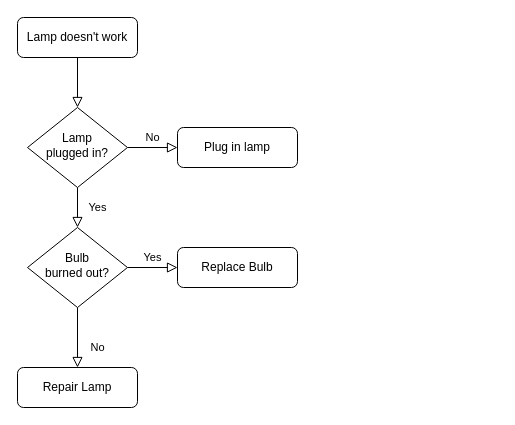
Earlier version of the draw.io diagram Untitled Diagram.drawio (himajapogula/code-busters). Source tidied: cells renumbered, new cells numbered last; positions are measured from the earlier drawing's top-left corner, leaving out a move shared by most shapes. Both pictures are drawn from the tidied source at 100%, with x=0, y=0 at pixel (17, 17).
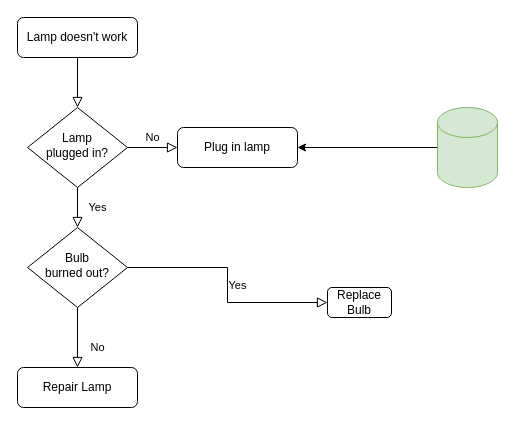
After the change.

Commit message:
Update IMA_chart1

What changed in the source:
```diff
@@
 <mxGraphModel>
   <root>
     <mxCell id="0" />
     <mxCell id="1" parent="0" />
     <mxCell id="2" style="rounded=0;html=1;jettySize=auto;fontSize=11;endArrow=block;endFill=0;endSize=8;strokeWidth=1;shadow=0;labelBackgroundColor=none;edgeStyle=orthogonalEdgeStyle;" parent="1" edge="1" source="3" target="6">
       <mxGeometry relative="1" as="geometry" />
     </mxCell>
     <mxCell id="3" value="Lamp doesn't work" style="rounded=1;whiteSpace=wrap;html=1;fontSize=12;glass=0;strokeWidth=1;shadow=0;" parent="1" vertex="1">
       <mxGeometry width="120" height="40" as="geometry" />
     </mxCell>
     <mxCell id="4" value="Yes" style="rounded=0;html=1;jettySize=auto;fontSize=11;endArrow=block;endFill=0;endSize=8;strokeWidth=1;shadow=0;labelBackgroundColor=none;edgeStyle=orthogonalEdgeStyle;" parent="1" edge="1" source="6" target="10">
       <mxGeometry y="20" relative="1" as="geometry" />
     </mxCell>
     <mxCell id="5" value="No" style="edgeStyle=orthogonalEdgeStyle;rounded=0;html=1;jettySize=auto;fontSize=11;endArrow=block;endFill=0;endSize=8;strokeWidth=1;shadow=0;labelBackgroundColor=none;" parent="1" edge="1" source="6" target="7">
       <mxGeometry y="10" relative="1" as="geometry" />
     </mxCell>
     <mxCell id="6" value="Lamp&lt;br&gt;plugged in?" style="rhombus;whiteSpace=wrap;html=1;shadow=0;fontFamily=Helvetica;fontSize=12;align=center;strokeWidth=1;spacing=6;spacingTop=-4;" parent="1" vertex="1">
       <mxGeometry x="10" y="90" width="100" height="80" as="geometry" />
     </mxCell>
     <mxCell id="7" value="Plug in lamp" style="rounded=1;whiteSpace=wrap;html=1;fontSize=12;glass=0;strokeWidth=1;shadow=0;" parent="1" vertex="1">
       <mxGeometry x="160" y="110" width="120" height="40" as="geometry" />
     </mxCell>
     <mxCell id="8" value="No" style="rounded=0;html=1;jettySize=auto;fontSize=11;endArrow=block;endFill=0;endSize=8;strokeWidth=1;shadow=0;labelBackgroundColor=none;edgeStyle=orthogonalEdgeStyle;" parent="1" edge="1" source="10" target="11">
       <mxGeometry x="0.33" y="20" relative="1" as="geometry" />
     </mxCell>
     <mxCell id="9" value="Yes" style="edgeStyle=orthogonalEdgeStyle;rounded=0;html=1;jettySize=auto;fontSize=11;endArrow=block;endFill=0;endSize=8;strokeWidth=1;shadow=0;labelBackgroundColor=none;" parent="1" edge="1" source="10" target="12">
       <mxGeometry y="10" relative="1" as="geometry" />
     </mxCell>
     <mxCell id="10" value="Bulb&lt;br&gt;burned out?" style="rhombus;whiteSpace=wrap;html=1;shadow=0;fontFamily=Helvetica;fontSize=12;align=center;strokeWidth=1;spacing=6;spacingTop=-4;" parent="1" vertex="1">
       <mxGeometry x="10" y="210" width="100" height="80" as="geometry" />
     </mxCell>
     <mxCell id="11" value="Repair Lamp" style="rounded=1;whiteSpace=wrap;html=1;fontSize=12;glass=0;strokeWidth=1;shadow=0;" parent="1" vertex="1">
       <mxGeometry y="350" width="120" height="40" as="geometry" />
     </mxCell>
     <mxCell id="12" value="Replace Bulb" style="rounded=1;whiteSpace=wrap;html=1;fontSize=12;glass=0;strokeWidth=1;shadow=0;" parent="1" vertex="1">
-      <mxGeometry x="160" y="230" width="120" height="40" as="geometry" />
+      <mxGeometry x="310" y="270" width="64" height="30" as="geometry" />
     </mxCell>
+    <mxCell id="13" style="edgeStyle=orthogonalEdgeStyle;rounded=0;jettySize=auto;html=1;" parent="1" edge="1" source="14" target="7">
+      <mxGeometry relative="1" as="geometry" />
+    </mxCell>
+    <mxCell id="14" style="shape=cylinder3;whiteSpace=wrap;html=1;boundedLbl=1;backgroundOutline=1;size=15;fillColor=#d5e8d4;strokeColor=#82b366;" parent="1" vertex="1">
+      <mxGeometry x="420" y="90" width="60" height="80" as="geometry" />
+    </mxCell>
   </root>
 </mxGraphModel>
```
